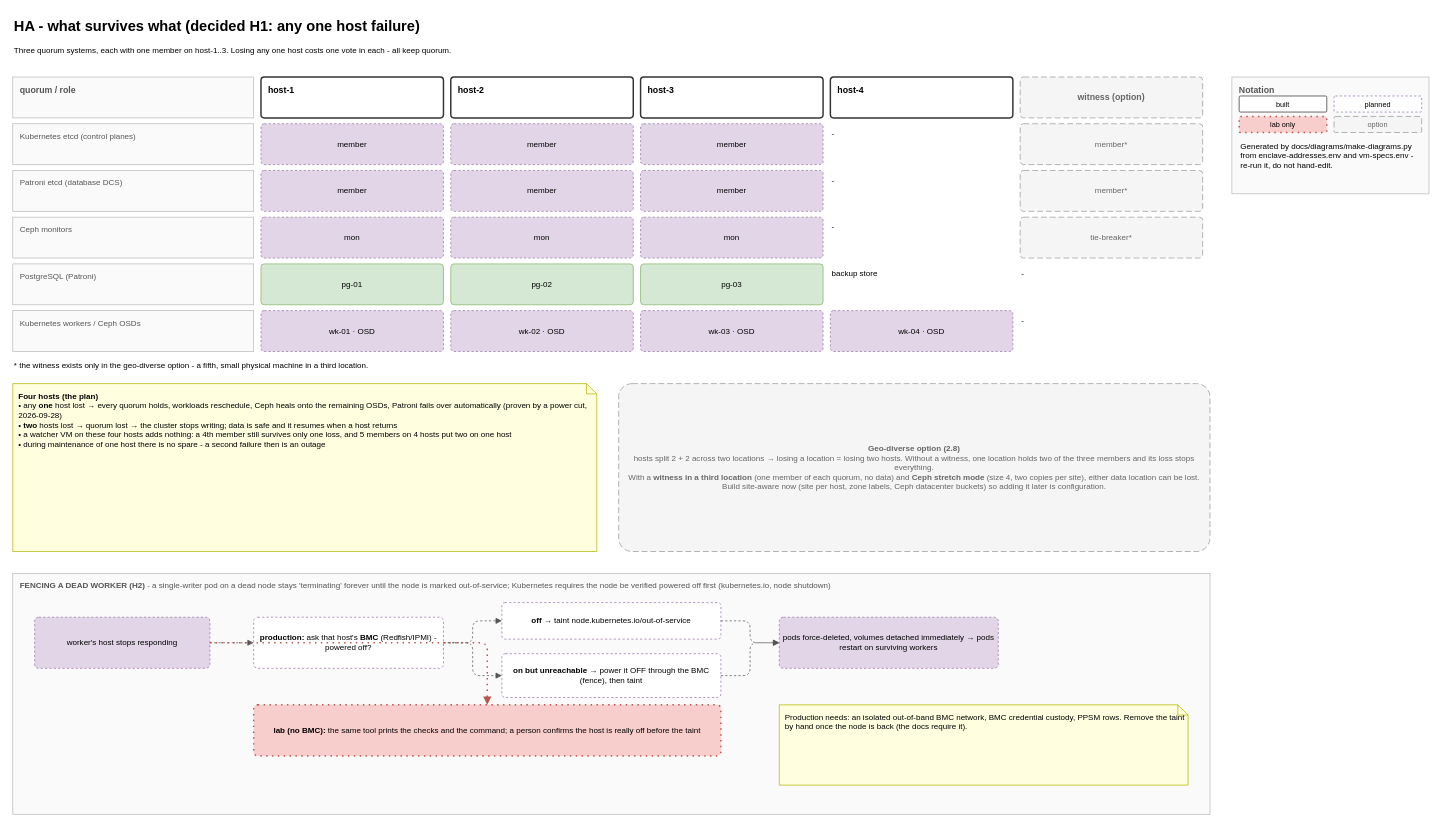
This is docs/diagrams/05-ha-and-failure-domains.drawio from mcveybrian-ship-it/canonical-k8s, a draw.io file, before an edit. Source tidied: cells renumbered, new cells numbered last; positions are measured from the earlier drawing's top-left corner, leaving out a move shared by most shapes. Both pictures are drawn from the tidied source at 73%, with x=0, y=0 at pixel (12, 12).
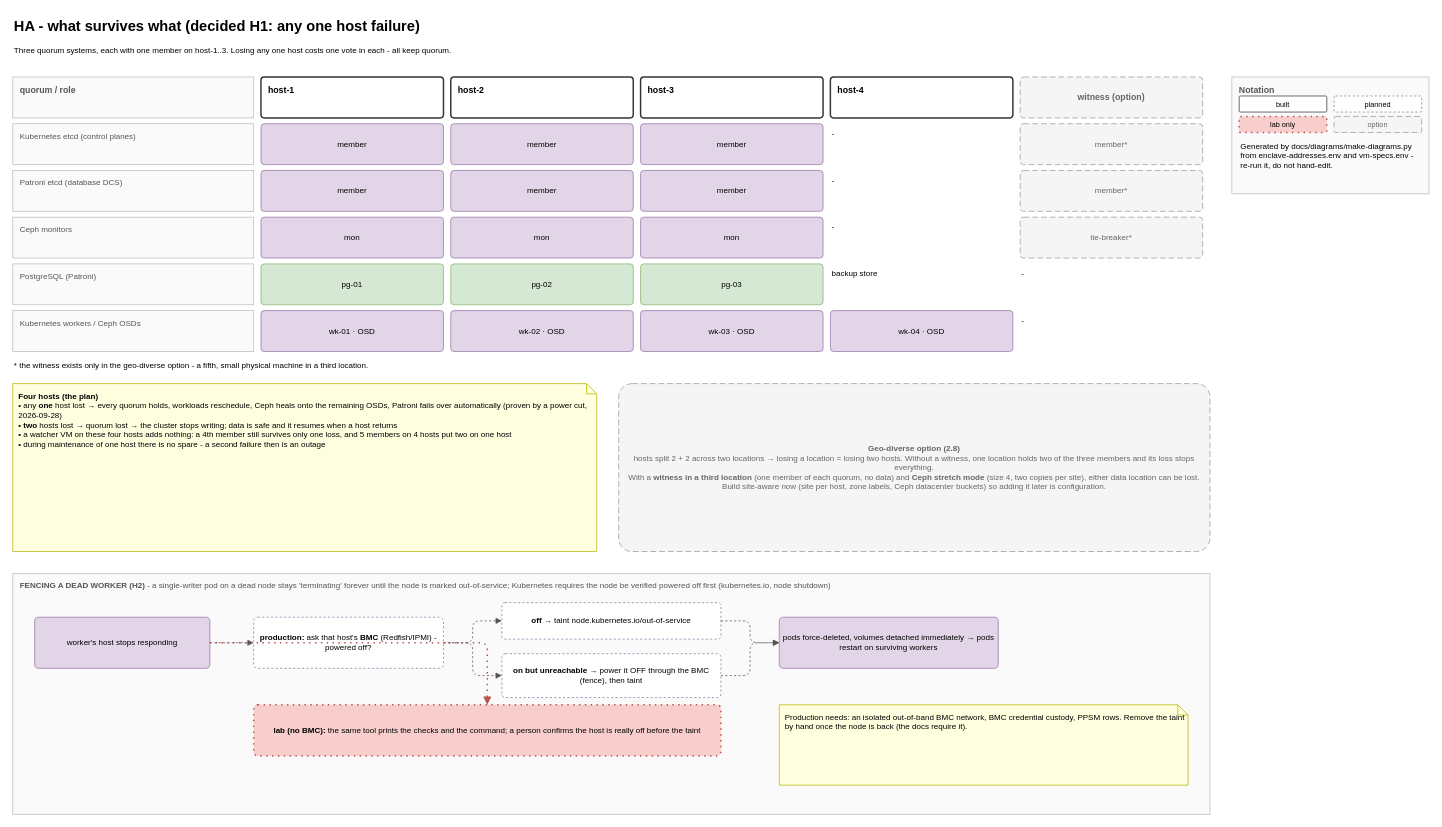
The same page after the edit.

The edit, as a diff of the source:
```diff
@@
-    <mxCell id="17" value="member" style="rounded=1;whiteSpace=wrap;html=1;arcSize=8;fillColor=#e1d5e7;strokeColor=#9673a6;dashed=1;fontSize=11;" parent="1" vertex="1">
+    <mxCell id="17" value="member" style="rounded=1;whiteSpace=wrap;html=1;arcSize=8;fillColor=#e1d5e7;strokeColor=#9673a6;fontSize=11;" parent="1" vertex="1">
       <mxGeometry x="340" y="152" width="250" height="56" as="geometry" />
     </mxCell>
-    <mxCell id="18" value="member" style="rounded=1;whiteSpace=wrap;html=1;arcSize=8;fillColor=#e1d5e7;strokeColor=#9673a6;dashed=1;fontSize=11;" parent="1" vertex="1">
+    <mxCell id="18" value="member" style="rounded=1;whiteSpace=wrap;html=1;arcSize=8;fillColor=#e1d5e7;strokeColor=#9673a6;fontSize=11;" parent="1" vertex="1">
       <mxGeometry x="600" y="152" width="250" height="56" as="geometry" />
     </mxCell>
-    <mxCell id="19" value="member" style="rounded=1;whiteSpace=wrap;html=1;arcSize=8;fillColor=#e1d5e7;strokeColor=#9673a6;dashed=1;fontSize=11;" parent="1" vertex="1">
+    <mxCell id="19" value="member" style="rounded=1;whiteSpace=wrap;html=1;arcSize=8;fillColor=#e1d5e7;strokeColor=#9673a6;fontSize=11;" parent="1" vertex="1">
       <mxGeometry x="860" y="152" width="250" height="56" as="geometry" />
     </mxCell>
@@
-    <mxCell id="23" value="member" style="rounded=1;whiteSpace=wrap;html=1;arcSize=8;fillColor=#e1d5e7;strokeColor=#9673a6;dashed=1;fontSize=11;" parent="1" vertex="1">
+    <mxCell id="23" value="member" style="rounded=1;whiteSpace=wrap;html=1;arcSize=8;fillColor=#e1d5e7;strokeColor=#9673a6;fontSize=11;" parent="1" vertex="1">
       <mxGeometry x="340" y="216" width="250" height="56" as="geometry" />
     </mxCell>
-    <mxCell id="24" value="member" style="rounded=1;whiteSpace=wrap;html=1;arcSize=8;fillColor=#e1d5e7;strokeColor=#9673a6;dashed=1;fontSize=11;" parent="1" vertex="1">
+    <mxCell id="24" value="member" style="rounded=1;whiteSpace=wrap;html=1;arcSize=8;fillColor=#e1d5e7;strokeColor=#9673a6;fontSize=11;" parent="1" vertex="1">
       <mxGeometry x="600" y="216" width="250" height="56" as="geometry" />
     </mxCell>
-    <mxCell id="25" value="member" style="rounded=1;whiteSpace=wrap;html=1;arcSize=8;fillColor=#e1d5e7;strokeColor=#9673a6;dashed=1;fontSize=11;" parent="1" vertex="1">
+    <mxCell id="25" value="member" style="rounded=1;whiteSpace=wrap;html=1;arcSize=8;fillColor=#e1d5e7;strokeColor=#9673a6;fontSize=11;" parent="1" vertex="1">
       <mxGeometry x="860" y="216" width="250" height="56" as="geometry" />
     </mxCell>
@@
-    <mxCell id="29" value="mon" style="rounded=1;whiteSpace=wrap;html=1;arcSize=8;fillColor=#e1d5e7;strokeColor=#9673a6;dashed=1;fontSize=11;" parent="1" vertex="1">
+    <mxCell id="29" value="mon" style="rounded=1;whiteSpace=wrap;html=1;arcSize=8;fillColor=#e1d5e7;strokeColor=#9673a6;fontSize=11;" parent="1" vertex="1">
       <mxGeometry x="340" y="280" width="250" height="56" as="geometry" />
     </mxCell>
-    <mxCell id="30" value="mon" style="rounded=1;whiteSpace=wrap;html=1;arcSize=8;fillColor=#e1d5e7;strokeColor=#9673a6;dashed=1;fontSize=11;" parent="1" vertex="1">
+    <mxCell id="30" value="mon" style="rounded=1;whiteSpace=wrap;html=1;arcSize=8;fillColor=#e1d5e7;strokeColor=#9673a6;fontSize=11;" parent="1" vertex="1">
       <mxGeometry x="600" y="280" width="250" height="56" as="geometry" />
     </mxCell>
-    <mxCell id="31" value="mon" style="rounded=1;whiteSpace=wrap;html=1;arcSize=8;fillColor=#e1d5e7;strokeColor=#9673a6;dashed=1;fontSize=11;" parent="1" vertex="1">
+    <mxCell id="31" value="mon" style="rounded=1;whiteSpace=wrap;html=1;arcSize=8;fillColor=#e1d5e7;strokeColor=#9673a6;fontSize=11;" parent="1" vertex="1">
       <mxGeometry x="860" y="280" width="250" height="56" as="geometry" />
     </mxCell>
@@
-    <mxCell id="41" value="wk-01 · OSD" style="rounded=1;whiteSpace=wrap;html=1;arcSize=8;fillColor=#e1d5e7;strokeColor=#9673a6;dashed=1;fontSize=11;" parent="1" vertex="1">
+    <mxCell id="41" value="wk-01 · OSD" style="rounded=1;whiteSpace=wrap;html=1;arcSize=8;fillColor=#e1d5e7;strokeColor=#9673a6;fontSize=11;" parent="1" vertex="1">
       <mxGeometry x="340" y="408" width="250" height="56" as="geometry" />
     </mxCell>
-    <mxCell id="42" value="wk-02 · OSD" style="rounded=1;whiteSpace=wrap;html=1;arcSize=8;fillColor=#e1d5e7;strokeColor=#9673a6;dashed=1;fontSize=11;" parent="1" vertex="1">
+    <mxCell id="42" value="wk-02 · OSD" style="rounded=1;whiteSpace=wrap;html=1;arcSize=8;fillColor=#e1d5e7;strokeColor=#9673a6;fontSize=11;" parent="1" vertex="1">
       <mxGeometry x="600" y="408" width="250" height="56" as="geometry" />
     </mxCell>
-    <mxCell id="43" value="wk-03 · OSD" style="rounded=1;whiteSpace=wrap;html=1;arcSize=8;fillColor=#e1d5e7;strokeColor=#9673a6;dashed=1;fontSize=11;" parent="1" vertex="1">
+    <mxCell id="43" value="wk-03 · OSD" style="rounded=1;whiteSpace=wrap;html=1;arcSize=8;fillColor=#e1d5e7;strokeColor=#9673a6;fontSize=11;" parent="1" vertex="1">
       <mxGeometry x="860" y="408" width="250" height="56" as="geometry" />
     </mxCell>
-    <mxCell id="44" value="wk-04 · OSD" style="rounded=1;whiteSpace=wrap;html=1;arcSize=8;fillColor=#e1d5e7;strokeColor=#9673a6;dashed=1;fontSize=11;" parent="1" vertex="1">
+    <mxCell id="44" value="wk-04 · OSD" style="rounded=1;whiteSpace=wrap;html=1;arcSize=8;fillColor=#e1d5e7;strokeColor=#9673a6;fontSize=11;" parent="1" vertex="1">
       <mxGeometry x="1120" y="408" width="250" height="56" as="geometry" />
     </mxCell>
@@
-    <mxCell id="50" value="worker's host stops responding" style="rounded=1;whiteSpace=wrap;html=1;arcSize=8;fillColor=#e1d5e7;strokeColor=#9673a6;dashed=1;fontSize=11;" parent="1" vertex="1">
+    <mxCell id="50" value="worker's host stops responding" style="rounded=1;whiteSpace=wrap;html=1;arcSize=8;fillColor=#e1d5e7;strokeColor=#9673a6;fontSize=11;" parent="1" vertex="1">
       <mxGeometry x="30" y="828" width="240" height="70" as="geometry" />
     </mxCell>
@@
-    <mxCell id="54" value="pods force-deleted, volumes detached immediately → pods restart on surviving workers" style="rounded=1;whiteSpace=wrap;html=1;arcSize=8;fillColor=#e1d5e7;strokeColor=#9673a6;dashed=1;fontSize=11;" parent="1" vertex="1">
+    <mxCell id="54" value="pods force-deleted, volumes detached immediately → pods restart on surviving workers" style="rounded=1;whiteSpace=wrap;html=1;arcSize=8;fillColor=#e1d5e7;strokeColor=#9673a6;fontSize=11;" parent="1" vertex="1">
       <mxGeometry x="1050" y="828" width="300" height="70" as="geometry" />
     </mxCell>
```
